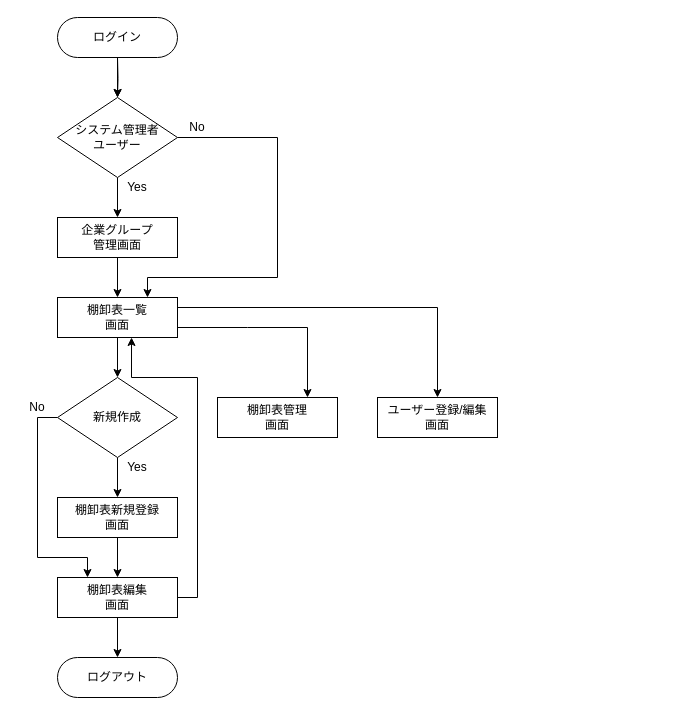
Above: 名称未設定ファイル.drawio in yokokawa2625/test_bpm2 (draw.io), before the change. Source tidied: cells renumbered, new cells numbered last; positions are measured from the earlier drawing's top-left corner, leaving out a move shared by most shapes. Both pictures are drawn from the tidied source at 100%, with x=0, y=0 at pixel (17, 17).
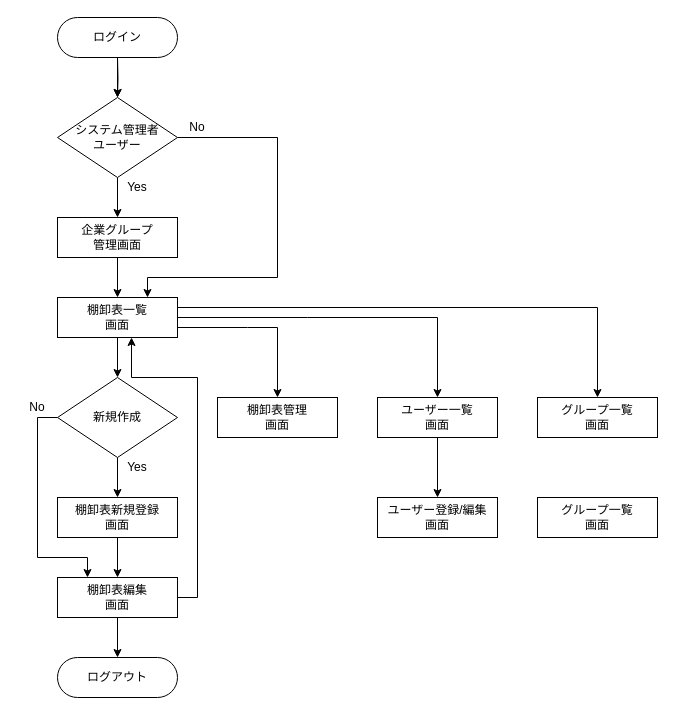
The same diagram, later.

Commit message:
名称未設定ファイル.drawio を更新します

The change refers to these unchanged cells:
```xml
<mxCell id="9" value="棚卸表一覧&lt;br&gt;画面" style="rounded=0;whiteSpace=wrap;html=1;" parent="1" vertex="1">
  <mxGeometry x="40" y="280" width="120" height="40" as="geometry" />
</mxCell>
<mxCell id="10" value="棚卸表管理&lt;br&gt;画面" style="rounded=0;whiteSpace=wrap;html=1;" parent="1" vertex="1">
  <mxGeometry x="200" y="380" width="120" height="40" as="geometry" />
</mxCell>
```

The edit, as a diff of the source:
```diff
@@
-    <mxCell id="6" style="edgeStyle=none;rounded=0;jettySize=auto;html=1;entryX=0.75;entryY=0;entryDx=0;entryDy=0;exitX=1;exitY=0.75;exitDx=0;exitDy=0;" parent="1" edge="1" source="9" target="10">
+    <mxCell id="6" style="edgeStyle=none;rounded=0;jettySize=auto;html=1;entryX=0.5;entryY=0;entryDx=0;entryDy=0;exitX=1;exitY=0.75;exitDx=0;exitDy=0;" parent="1" edge="1" source="9" target="10">
       <mxGeometry relative="1" as="geometry">
         <Array as="points">
           <mxPoint x="230" y="310" />
-          <mxPoint x="290" y="310" />
+          <mxPoint x="260" y="310" />
         </Array>
       </mxGeometry>
     </mxCell>
@@
-    <mxCell id="8" style="edgeStyle=none;rounded=0;jettySize=auto;html=1;entryX=0.5;entryY=0;entryDx=0;entryDy=0;" parent="1" edge="1" target="23">
+    <mxCell id="8" style="edgeStyle=none;rounded=0;jettySize=auto;html=1;entryX=0.5;entryY=0;entryDx=0;entryDy=0;exitX=1;exitY=0.5;exitDx=0;exitDy=0;" parent="1" edge="1" source="9" target="23">
       <mxGeometry relative="1" as="geometry">
-        <mxPoint x="160" y="290" as="sourcePoint" />
         <Array as="points">
-          <mxPoint x="420" y="290" />
+          <mxPoint x="290" y="300" />
+          <mxPoint x="420" y="300" />
         </Array>
       </mxGeometry>
     </mxCell>
+    <mxCell id="30" style="edgeStyle=orthogonalEdgeStyle;rounded=0;jettySize=auto;html=1;entryX=0.5;entryY=0;entryDx=0;entryDy=0;exitX=1;exitY=0.25;exitDx=0;exitDy=0;" parent="1" edge="1" source="9" target="32">
+      <mxGeometry relative="1" as="geometry" />
+    </mxCell>
@@
+    <mxCell id="31" style="edgeStyle=orthogonalEdgeStyle;rounded=0;jettySize=auto;html=1;" parent="1" edge="1" source="23" target="33">
+      <mxGeometry relative="1" as="geometry" />
+    </mxCell>
-    <mxCell id="23" value="ユーザー登録/編集&lt;br&gt;画面" style="rounded=0;whiteSpace=wrap;html=1;" parent="1" vertex="1">
+    <mxCell id="23" value="ユーザー一覧&lt;br&gt;画面" style="rounded=0;whiteSpace=wrap;html=1;" parent="1" vertex="1">
       <mxGeometry x="360" y="380" width="120" height="40" as="geometry" />
     </mxCell>
@@
+    <mxCell id="32" value="グループ一覧&lt;br&gt;画面" style="rounded=0;whiteSpace=wrap;html=1;" parent="1" vertex="1">
+      <mxGeometry x="520" y="380" width="120" height="40" as="geometry" />
+    </mxCell>
+    <mxCell id="33" value="ユーザー登録/編集&lt;br&gt;画面" style="rounded=0;whiteSpace=wrap;html=1;" parent="1" vertex="1">
+      <mxGeometry x="360" y="480" width="120" height="40" as="geometry" />
+    </mxCell>
+    <mxCell id="34" value="グループ一覧&lt;br&gt;画面" style="rounded=0;whiteSpace=wrap;html=1;" parent="1" vertex="1">
+      <mxGeometry x="520" y="480" width="120" height="40" as="geometry" />
+    </mxCell>
```
